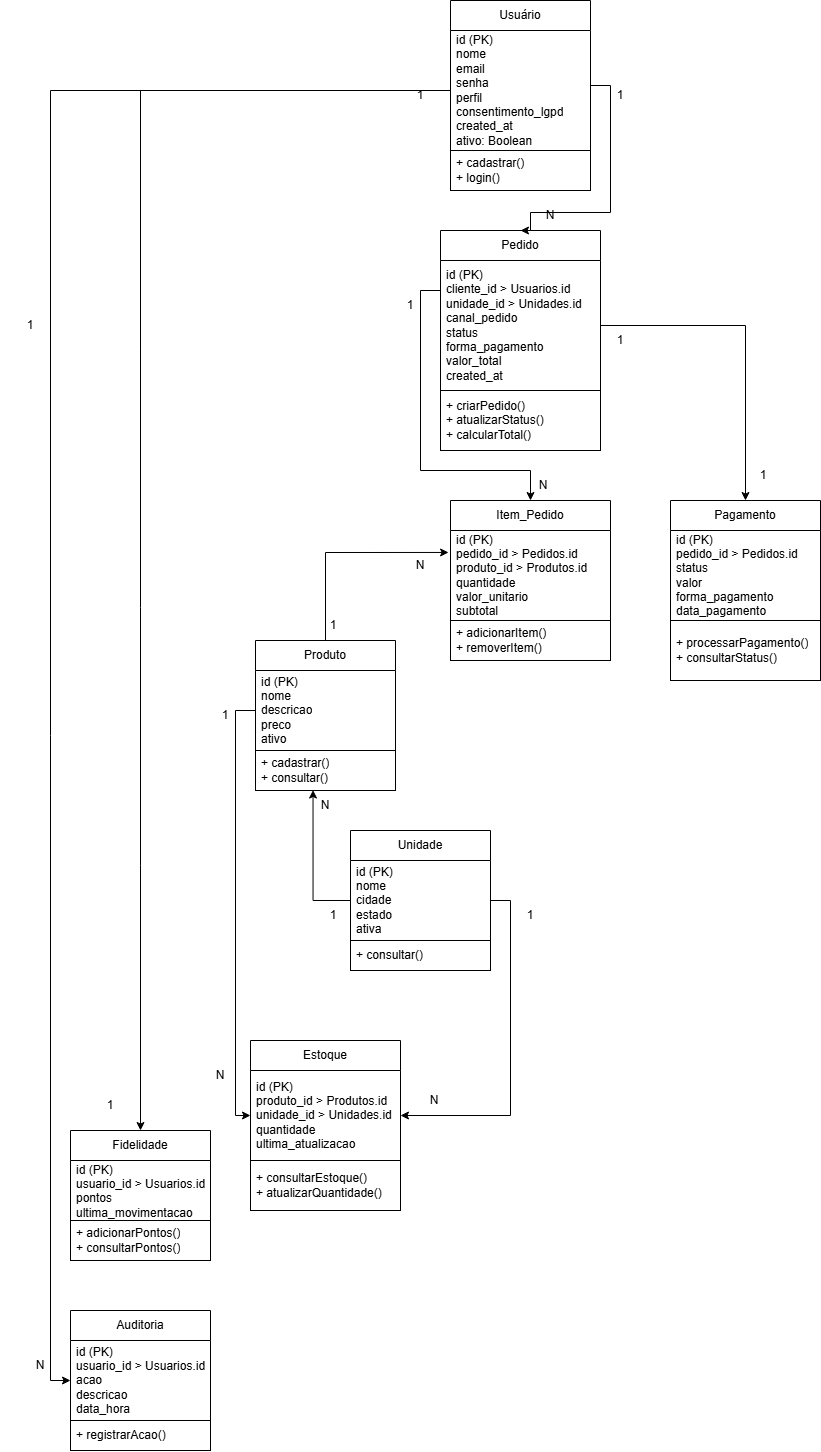
Above: docs/Diagrama de Classes.drawio.png in Weiber210/Raizes-do-Norte (draw.io), before the change. Source tidied: cells renumbered, new cells last; positions are measured from the earlier drawing's top-left corner, leaving out a move shared by most shapes.
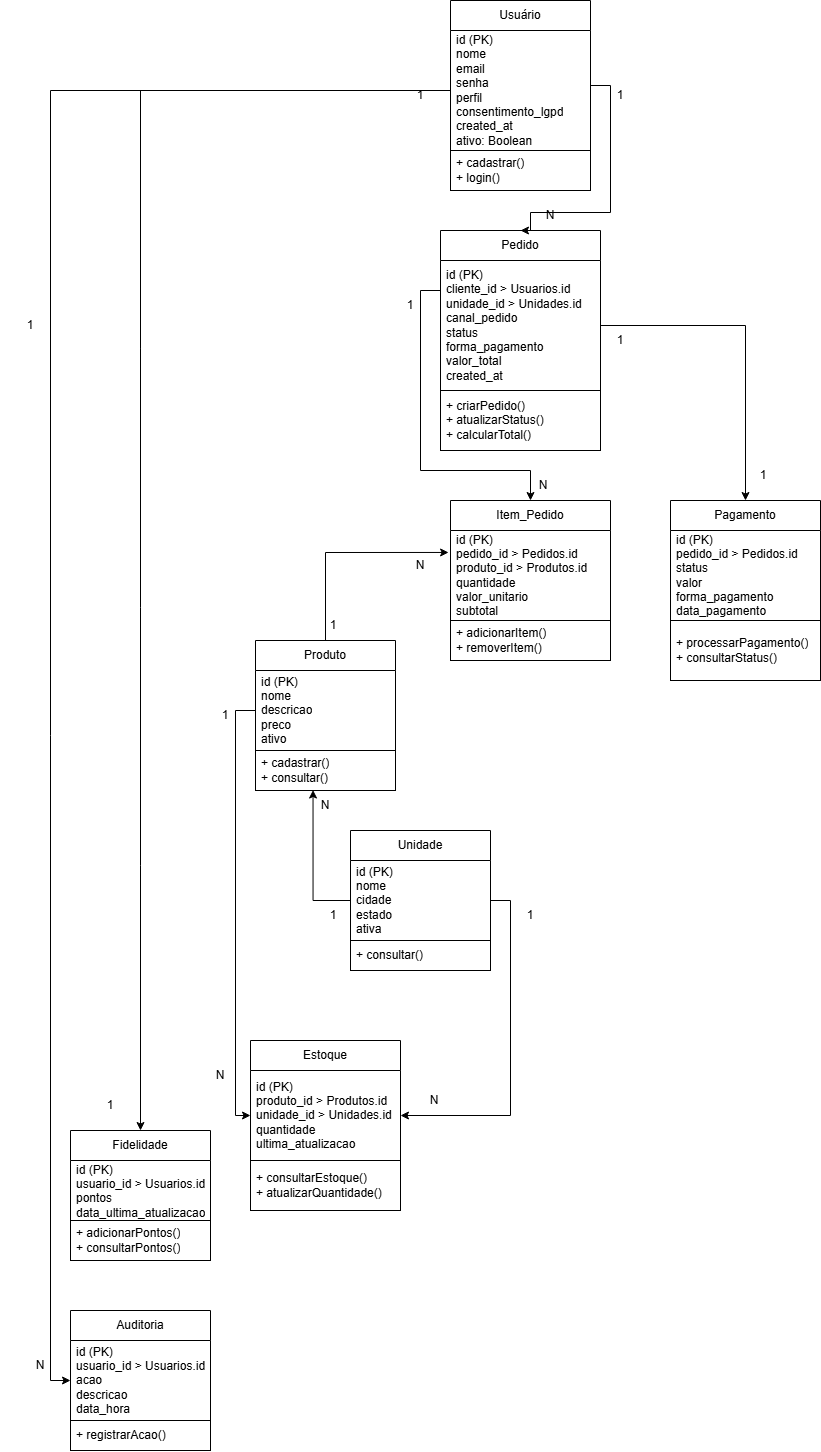
The same file after the commit.

What changed in the source:
```diff
@@ -68,7 +68,7 @@
     <mxCell id="23" value="Fidelidade" style="swimlane;fontStyle=0;horizontal=1;startSize=30;whiteSpace=wrap;html=1;" parent="1" vertex="1">
       <mxGeometry x="70" y="1130" width="140" height="130" as="geometry" />
     </mxCell>
-    <mxCell id="24" value="&lt;div&gt;id&amp;nbsp;&lt;span style=&quot;background-color: transparent; color: light-dark(rgb(0, 0, 0), rgb(255, 255, 255));&quot;&gt;(PK)&lt;/span&gt;&lt;/div&gt;&lt;div&gt;usuario_id &amp;gt;&amp;nbsp;Usuarios.id&lt;/div&gt;&lt;div&gt;pontos&lt;/div&gt;&lt;div&gt;ultima_movimentacao&lt;/div&gt;" style="text;strokeColor=none;fillColor=none;align=left;verticalAlign=middle;spacingLeft=4;spacingRight=4;overflow=hidden;whiteSpace=wrap;html=1;" parent="23" vertex="1">
+    <mxCell id="24" value="&lt;div&gt;id&amp;nbsp;&lt;span style=&quot;background-color: transparent; color: light-dark(rgb(0, 0, 0), rgb(255, 255, 255));&quot;&gt;(PK)&lt;/span&gt;&lt;/div&gt;&lt;div&gt;usuario_id &amp;gt;&amp;nbsp;Usuarios.id&lt;/div&gt;&lt;div&gt;pontos&lt;/div&gt;&lt;div&gt;data_ultima_atualizaca&lt;span style=&quot;background-color: transparent; color: light-dark(rgb(0, 0, 0), rgb(255, 255, 255));&quot;&gt;o&lt;/span&gt;&lt;/div&gt;" style="text;strokeColor=none;fillColor=none;align=left;verticalAlign=middle;spacingLeft=4;spacingRight=4;overflow=hidden;whiteSpace=wrap;html=1;" parent="23" vertex="1">
       <mxGeometry y="30" width="140" height="60" as="geometry" />
     </mxCell>
     <mxCell id="25" value="&lt;div&gt;+ adicionarPontos()&lt;/div&gt;&lt;div&gt;+ consultarPontos()&lt;/div&gt;" style="text;strokeColor=default;fillColor=none;align=left;verticalAlign=middle;spacingLeft=4;spacingRight=4;overflow=hidden;whiteSpace=wrap;html=1;" parent="23" vertex="1">
```
